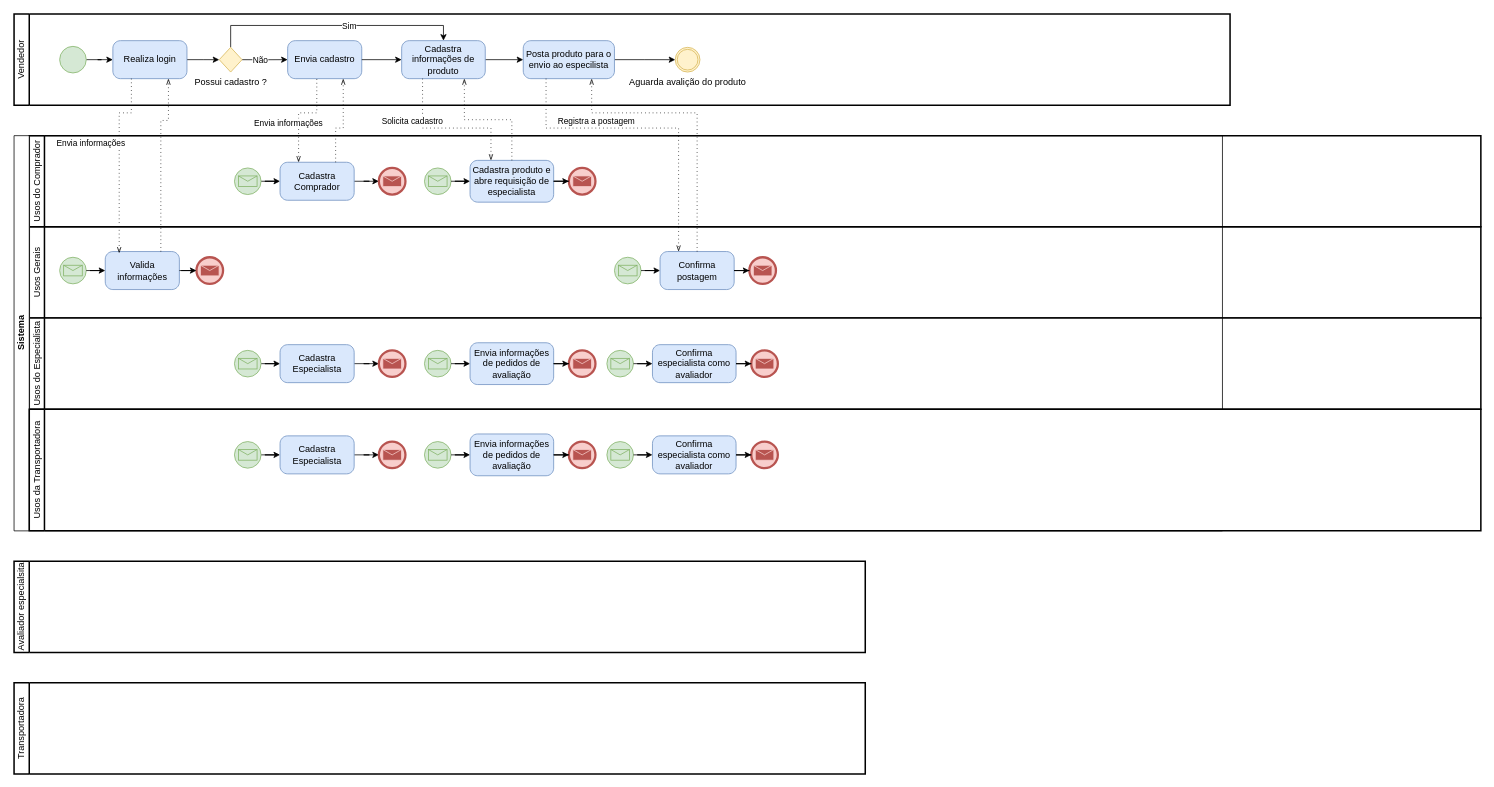
Above: page "Modelo To Be Processo Cadastro Produto" (3 of 3) of DPN/ModelagemProcessoNegocio.drawio in luca-moraes/projetoCorintoModelagem (draw.io), before the change. Source tidied: cells renumbered, new cells numbered last; positions are measured from the earlier drawing's top-left corner, leaving out a move shared by most shapes. Both pictures are drawn from the tidied source at 76%, with x=0, y=0 at pixel (14, 14).
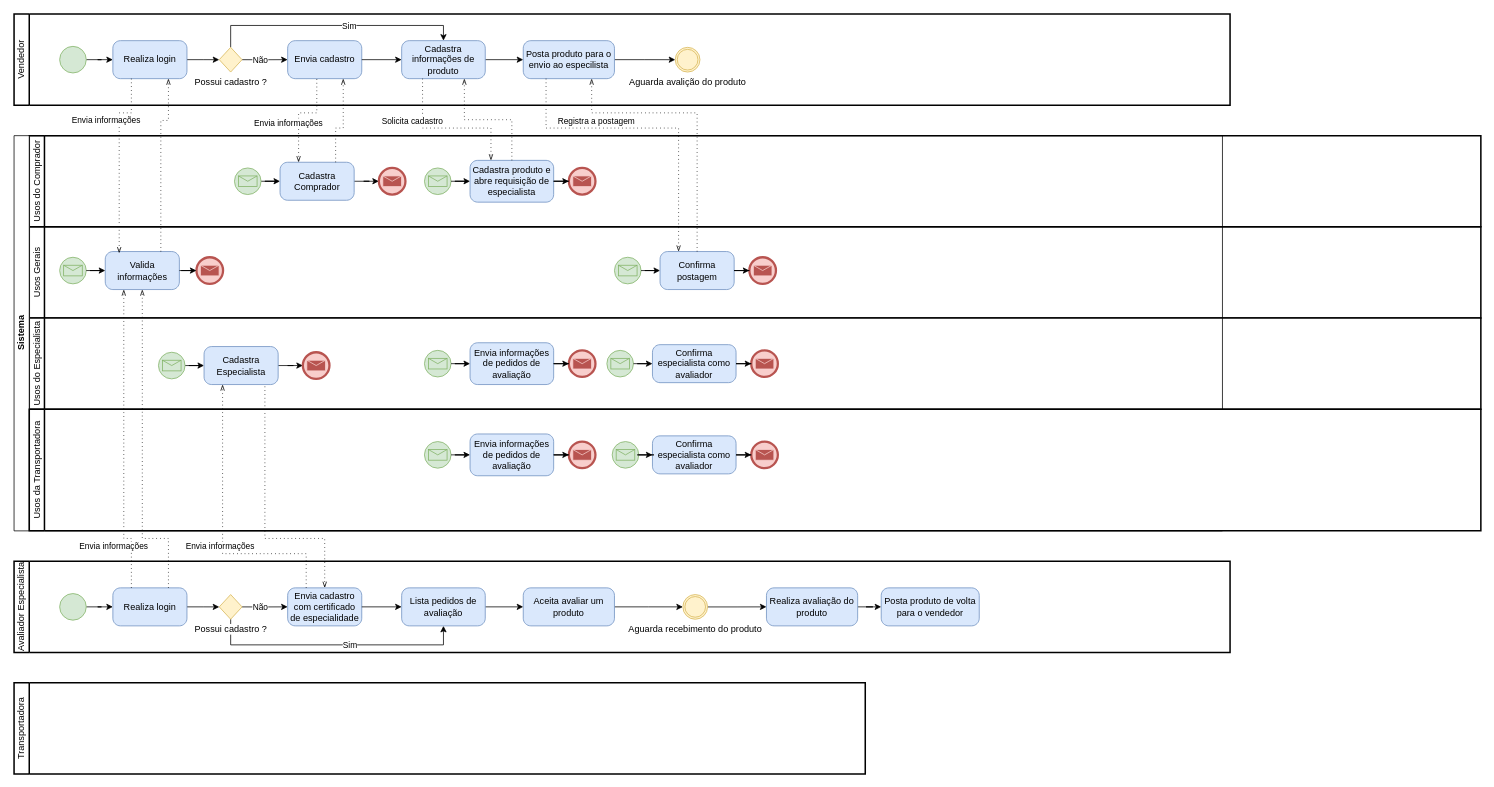
The same diagram, later.

The change refers to these unchanged cells:
```xml
<mxCell id="3" value="Valida informações" style="points=[[0.25,0,0],[0.5,0,0],[0.75,0,0],[1,0.25,0],[1,0.5,0],[1,0.75,0],[0.75,1,0],[0.5,1,0],[0.25,1,0],[0,0.75,0],[0,0.5,0],[0,0.25,0]];shape=mxgraph.bpmn.task;whiteSpace=wrap;rectStyle=rounded;size=10;html=1;taskMarker=abstract;fillColor=#dae8fc;strokeColor=#6c8ebf;" parent="2" vertex="1">
  <mxGeometry x="100" y="32.5" width="97.5" height="50" as="geometry" />
</mxCell>
<mxCell id="24" value="Usos do Especialista" style="swimlane;html=1;startSize=20;fontStyle=0;horizontal=0;swimlaneLine=1;swimlaneFillColor=#ffffff;strokeWidth=2;whiteSpace=wrap;" parent="1" vertex="1">
  <mxGeometry x="20" y="400" width="1910" height="120" as="geometry" />
</mxCell>
<mxCell id="61" style="edgeStyle=elbowEdgeStyle;fontSize=12;html=1;endFill=0;startFill=0;endSize=6;startSize=6;dashed=1;dashPattern=1 4;endArrow=openThin;startArrow=none;rounded=0;exitX=0.25;exitY=1;exitDx=0;exitDy=0;exitPerimeter=0;entryX=0.188;entryY=0.043;entryDx=0;entryDy=0;entryPerimeter=0;elbow=vertical;" parent="1" edge="1" source="48" target="3">
  <mxGeometry relative="1" as="geometry">
    <Array as="points">
      <mxPoint x="210" y="130" />
    </Array>
  </mxGeometry>
</mxCell>
<mxCell id="78" value="Usos da Transportadora" style="swimlane;html=1;startSize=20;fontStyle=0;horizontal=0;swimlaneLine=1;swimlaneFillColor=#ffffff;strokeWidth=2;whiteSpace=wrap;" parent="1" vertex="1">
  <mxGeometry x="20" y="520" width="1910" height="160" as="geometry" />
</mxCell>
```

What changed in the source:
```diff
@@
     <mxCell id="26" style="points=[[0.145,0.145,0],[0.5,0,0],[0.855,0.145,0],[1,0.5,0],[0.855,0.855,0],[0.5,1,0],[0.145,0.855,0],[0,0.5,0]];shape=mxgraph.bpmn.event;html=1;verticalLabelPosition=bottom;labelBackgroundColor=#ffffff;verticalAlign=top;align=center;perimeter=ellipsePerimeter;outlineConnect=0;outline=standard;symbol=message;fillColor=#d5e8d4;strokeColor=#82b366;" parent="24" vertex="1">
-      <mxGeometry x="270" y="42.5" width="35" height="35" as="geometry" />
+      <mxGeometry x="170" y="45" width="35" height="35" as="geometry" />
     </mxCell>
@@
     <mxCell id="28" value="Cadastra Especialista" style="points=[[0.25,0,0],[0.5,0,0],[0.75,0,0],[1,0.25,0],[1,0.5,0],[1,0.75,0],[0.75,1,0],[0.5,1,0],[0.25,1,0],[0,0.75,0],[0,0.5,0],[0,0.25,0]];shape=mxgraph.bpmn.task;whiteSpace=wrap;rectStyle=rounded;size=10;html=1;taskMarker=abstract;fillColor=#dae8fc;strokeColor=#6c8ebf;" parent="24" vertex="1">
-      <mxGeometry x="330" y="35" width="97.5" height="50" as="geometry" />
+      <mxGeometry x="230" y="37.5" width="97.5" height="50" as="geometry" />
     </mxCell>
     <mxCell id="29" style="points=[[0.145,0.145,0],[0.5,0,0],[0.855,0.145,0],[1,0.5,0],[0.855,0.855,0],[0.5,1,0],[0.145,0.855,0],[0,0.5,0]];shape=mxgraph.bpmn.event;html=1;verticalLabelPosition=bottom;labelBackgroundColor=#ffffff;verticalAlign=top;align=center;perimeter=ellipsePerimeter;outlineConnect=0;outline=end;symbol=message;fillColor=#f8cecc;strokeColor=#b85450;" parent="24" vertex="1">
-      <mxGeometry x="460" y="42.5" width="35" height="35" as="geometry" />
+      <mxGeometry x="360" y="45" width="35" height="35" as="geometry" />
     </mxCell>
@@
     <mxCell id="62" value="Envia informações" style="edgeLabel;html=1;align=center;verticalAlign=middle;" parent="61" vertex="1">
       <mxGeometry x="-0.3" relative="1" as="geometry">
-        <mxPoint x="-38" y="15" as="offset" />
+        <mxPoint x="-18" y="-15" as="offset" />
       </mxGeometry>
     </mxCell>
@@
-    <mxCell id="73" value="Avaliador especialsita" style="swimlane;html=1;startSize=20;fontStyle=0;horizontal=0;swimlaneLine=1;swimlaneFillColor=#ffffff;strokeWidth=2;whiteSpace=wrap;" parent="1" vertex="1">
-      <mxGeometry y="720" width="1120" height="120" as="geometry" />
-    </mxCell>
-    <mxCell id="74" style="edgeStyle=orthogonalEdgeStyle;rounded=0;orthogonalLoop=1;jettySize=auto;html=1;" parent="73" edge="1">
-      <mxGeometry relative="1" as="geometry">
-        <mxPoint x="680" y="65" as="sourcePoint" />
-      </mxGeometry>
-    </mxCell>
-    <mxCell id="75" style="edgeStyle=orthogonalEdgeStyle;rounded=0;orthogonalLoop=1;jettySize=auto;html=1;entryX=0;entryY=0.5;entryDx=0;entryDy=0;entryPerimeter=0;" parent="73" edge="1">
-      <mxGeometry relative="1" as="geometry">
-        <mxPoint x="340" y="65" as="sourcePoint" />
-      </mxGeometry>
-    </mxCell>
-    <mxCell id="76" style="edgeStyle=orthogonalEdgeStyle;rounded=0;orthogonalLoop=1;jettySize=auto;html=1;entryX=0;entryY=0.5;entryDx=0;entryDy=0;entryPerimeter=0;" parent="73" edge="1">
-      <mxGeometry relative="1" as="geometry">
-        <mxPoint x="510" y="65" as="sourcePoint" />
-      </mxGeometry>
-    </mxCell>
@@
-    <mxCell id="79" style="edgeStyle=orthogonalEdgeStyle;rounded=0;jettySize=auto;html=1;entryX=0;entryY=0.5;entryDx=0;entryDy=0;entryPerimeter=0;" parent="78" edge="1" source="80" target="82">
-      <mxGeometry relative="1" as="geometry" />
-    </mxCell>
-    <mxCell id="80" style="points=[[0.145,0.145,0],[0.5,0,0],[0.855,0.145,0],[1,0.5,0],[0.855,0.855,0],[0.5,1,0],[0.145,0.855,0],[0,0.5,0]];shape=mxgraph.bpmn.event;html=1;verticalLabelPosition=bottom;labelBackgroundColor=#ffffff;verticalAlign=top;align=center;perimeter=ellipsePerimeter;outlineConnect=0;outline=standard;symbol=message;fillColor=#d5e8d4;strokeColor=#82b366;" parent="78" vertex="1">
-      <mxGeometry x="270" y="42.5" width="35" height="35" as="geometry" />
-    </mxCell>
-    <mxCell id="81" style="edgeStyle=orthogonalEdgeStyle;rounded=0;jettySize=auto;html=1;" parent="78" edge="1" source="82" target="83">
-      <mxGeometry relative="1" as="geometry" />
-    </mxCell>
-    <mxCell id="82" value="Cadastra Especialista" style="points=[[0.25,0,0],[0.5,0,0],[0.75,0,0],[1,0.25,0],[1,0.5,0],[1,0.75,0],[0.75,1,0],[0.5,1,0],[0.25,1,0],[0,0.75,0],[0,0.5,0],[0,0.25,0]];shape=mxgraph.bpmn.task;whiteSpace=wrap;rectStyle=rounded;size=10;html=1;taskMarker=abstract;fillColor=#dae8fc;strokeColor=#6c8ebf;" parent="78" vertex="1">
-      <mxGeometry x="330" y="35" width="97.5" height="50" as="geometry" />
-    </mxCell>
-    <mxCell id="83" style="points=[[0.145,0.145,0],[0.5,0,0],[0.855,0.145,0],[1,0.5,0],[0.855,0.855,0],[0.5,1,0],[0.145,0.855,0],[0,0.5,0]];shape=mxgraph.bpmn.event;html=1;verticalLabelPosition=bottom;labelBackgroundColor=#ffffff;verticalAlign=top;align=center;perimeter=ellipsePerimeter;outlineConnect=0;outline=end;symbol=message;fillColor=#f8cecc;strokeColor=#b85450;" parent="78" vertex="1">
-      <mxGeometry x="460" y="42.5" width="35" height="35" as="geometry" />
-    </mxCell>
@@
     <mxCell id="89" style="points=[[0.145,0.145,0],[0.5,0,0],[0.855,0.145,0],[1,0.5,0],[0.855,0.855,0],[0.5,1,0],[0.145,0.855,0],[0,0.5,0]];shape=mxgraph.bpmn.event;html=1;verticalLabelPosition=bottom;labelBackgroundColor=#ffffff;verticalAlign=top;align=center;perimeter=ellipsePerimeter;outlineConnect=0;outline=standard;symbol=message;fillColor=#d5e8d4;strokeColor=#82b366;" parent="78" vertex="1">
-      <mxGeometry x="760" y="42.5" width="35" height="35" as="geometry" />
+      <mxGeometry x="767" y="42.5" width="35" height="35" as="geometry" />
     </mxCell>
@@
+    <mxCell id="94" value="Avaliador Especialista" style="swimlane;html=1;startSize=20;fontStyle=0;horizontal=0;swimlaneLine=1;swimlaneFillColor=#ffffff;strokeWidth=2;whiteSpace=wrap;" parent="1" vertex="1">
+      <mxGeometry y="720" width="1600" height="120" as="geometry" />
+    </mxCell>
+    <mxCell id="95" style="edgeStyle=orthogonalEdgeStyle;rounded=0;jettySize=auto;html=1;entryX=0;entryY=0.5;entryDx=0;entryDy=0;entryPerimeter=0;" parent="94" edge="1" source="96" target="98">
+      <mxGeometry relative="1" as="geometry" />
+    </mxCell>
+    <mxCell id="96" style="points=[[0.145,0.145,0],[0.5,0,0],[0.855,0.145,0],[1,0.5,0],[0.855,0.855,0],[0.5,1,0],[0.145,0.855,0],[0,0.5,0]];shape=mxgraph.bpmn.event;html=1;verticalLabelPosition=bottom;labelBackgroundColor=#ffffff;verticalAlign=top;align=center;perimeter=ellipsePerimeter;outlineConnect=0;outline=standard;symbol=general;fillColor=#d5e8d4;strokeColor=#82b366;" parent="94" vertex="1">
+      <mxGeometry x="60" y="42.5" width="35" height="35" as="geometry" />
+    </mxCell>
+    <mxCell id="97" style="edgeStyle=orthogonalEdgeStyle;rounded=0;jettySize=auto;html=1;entryX=0;entryY=0.5;entryDx=0;entryDy=0;entryPerimeter=0;" parent="94" edge="1" source="98" target="103">
+      <mxGeometry relative="1" as="geometry" />
+    </mxCell>
+    <mxCell id="98" value="Realiza login" style="points=[[0.25,0,0],[0.5,0,0],[0.75,0,0],[1,0.25,0],[1,0.5,0],[1,0.75,0],[0.75,1,0],[0.5,1,0],[0.25,1,0],[0,0.75,0],[0,0.5,0],[0,0.25,0]];shape=mxgraph.bpmn.task;whiteSpace=wrap;rectStyle=rounded;size=10;html=1;taskMarker=abstract;fillColor=#dae8fc;strokeColor=#6c8ebf;" parent="94" vertex="1">
+      <mxGeometry x="130" y="35" width="97.5" height="50" as="geometry" />
+    </mxCell>
+    <mxCell id="99" style="edgeStyle=orthogonalEdgeStyle;rounded=0;jettySize=auto;html=1;exitX=1;exitY=0.5;exitDx=0;exitDy=0;exitPerimeter=0;entryX=0;entryY=0.5;entryDx=0;entryDy=0;entryPerimeter=0;" parent="94" edge="1" source="103" target="104">
+      <mxGeometry relative="1" as="geometry" />
+    </mxCell>
+    <mxCell id="100" value="Não" style="edgeLabel;html=1;align=center;verticalAlign=middle;" parent="99" vertex="1">
+      <mxGeometry x="0.17" y="2" relative="1" as="geometry">
+        <mxPoint x="-11" y="2" as="offset" />
+      </mxGeometry>
+    </mxCell>
+    <mxCell id="101" style="edgeStyle=orthogonalEdgeStyle;rounded=0;jettySize=auto;html=1;entryX=0.5;entryY=1;entryDx=0;entryDy=0;entryPerimeter=0;" parent="94" edge="1" source="103" target="106">
+      <mxGeometry relative="1" as="geometry">
+        <Array as="points">
+          <mxPoint x="285" y="110" />
+          <mxPoint x="565" y="110" />
+        </Array>
+      </mxGeometry>
+    </mxCell>
+    <mxCell id="102" value="Sim" style="edgeLabel;html=1;align=center;verticalAlign=middle;" parent="101" vertex="1">
+      <mxGeometry x="0.12" relative="1" as="geometry" />
+    </mxCell>
+    <mxCell id="103" value="Possui cadastro ?" style="points=[[0.25,0.25,0],[0.5,0,0],[0.75,0.25,0],[1,0.5,0],[0.75,0.75,0],[0.5,1,0],[0.25,0.75,0],[0,0.5,0]];shape=mxgraph.bpmn.gateway2;html=1;verticalLabelPosition=bottom;labelBackgroundColor=#ffffff;verticalAlign=top;align=center;perimeter=rhombusPerimeter;outlineConnect=0;outline=none;symbol=none;fillColor=#fff2cc;strokeColor=#d6b656;" parent="94" vertex="1">
+      <mxGeometry x="270" y="43.8" width="30" height="32.5" as="geometry" />
+    </mxCell>
+    <mxCell id="104" value="Envia cadastro com certificado de especialidade" style="points=[[0.25,0,0],[0.5,0,0],[0.75,0,0],[1,0.25,0],[1,0.5,0],[1,0.75,0],[0.75,1,0],[0.5,1,0],[0.25,1,0],[0,0.75,0],[0,0.5,0],[0,0.25,0]];shape=mxgraph.bpmn.task;whiteSpace=wrap;rectStyle=rounded;size=10;html=1;taskMarker=abstract;fillColor=#dae8fc;strokeColor=#6c8ebf;" parent="94" vertex="1">
+      <mxGeometry x="360" y="35" width="97.5" height="50" as="geometry" />
+    </mxCell>
+    <mxCell id="105" style="edgeStyle=orthogonalEdgeStyle;rounded=0;jettySize=auto;html=1;" parent="94" edge="1" source="106" target="109">
+      <mxGeometry relative="1" as="geometry" />
+    </mxCell>
+    <mxCell id="106" value="Lista pedidos de avaliação" style="points=[[0.25,0,0],[0.5,0,0],[0.75,0,0],[1,0.25,0],[1,0.5,0],[1,0.75,0],[0.75,1,0],[0.5,1,0],[0.25,1,0],[0,0.75,0],[0,0.5,0],[0,0.25,0]];shape=mxgraph.bpmn.task;whiteSpace=wrap;rectStyle=rounded;size=10;html=1;taskMarker=abstract;fillColor=#dae8fc;strokeColor=#6c8ebf;" parent="94" vertex="1">
+      <mxGeometry x="510" y="35" width="110" height="50" as="geometry" />
+    </mxCell>
+    <mxCell id="107" style="edgeStyle=orthogonalEdgeStyle;rounded=0;jettySize=auto;html=1;" parent="94" edge="1" source="104" target="106">
+      <mxGeometry relative="1" as="geometry" />
+    </mxCell>
+    <mxCell id="108" style="edgeStyle=orthogonalEdgeStyle;rounded=0;jettySize=auto;html=1;entryX=0;entryY=0.5;entryDx=0;entryDy=0;entryPerimeter=0;" parent="94" edge="1" source="109" target="111">
+      <mxGeometry relative="1" as="geometry" />
+    </mxCell>
+    <mxCell id="109" value="Aceita avaliar um produto" style="points=[[0.25,0,0],[0.5,0,0],[0.75,0,0],[1,0.25,0],[1,0.5,0],[1,0.75,0],[0.75,1,0],[0.5,1,0],[0.25,1,0],[0,0.75,0],[0,0.5,0],[0,0.25,0]];shape=mxgraph.bpmn.task;whiteSpace=wrap;rectStyle=rounded;size=10;html=1;taskMarker=abstract;fillColor=#dae8fc;strokeColor=#6c8ebf;" parent="94" vertex="1">
+      <mxGeometry x="670" y="35" width="120" height="50" as="geometry" />
+    </mxCell>
+    <mxCell id="110" style="edgeStyle=orthogonalEdgeStyle;rounded=0;jettySize=auto;html=1;entryX=0;entryY=0.5;entryDx=0;entryDy=0;entryPerimeter=0;" parent="94" edge="1" source="111" target="113">
+      <mxGeometry relative="1" as="geometry" />
+    </mxCell>
+    <mxCell id="111" value="Aguarda recebimento do produto" style="points=[[0.145,0.145,0],[0.5,0,0],[0.855,0.145,0],[1,0.5,0],[0.855,0.855,0],[0.5,1,0],[0.145,0.855,0],[0,0.5,0]];shape=mxgraph.bpmn.event;html=1;verticalLabelPosition=bottom;labelBackgroundColor=#ffffff;verticalAlign=top;align=center;perimeter=ellipsePerimeter;outlineConnect=0;outline=throwing;symbol=general;fillColor=#fff2cc;strokeColor=#d6b656;" parent="94" vertex="1">
+      <mxGeometry x="880" y="43.8" width="32.5" height="32.5" as="geometry" />
+    </mxCell>
+    <mxCell id="112" style="edgeStyle=orthogonalEdgeStyle;rounded=0;jettySize=auto;html=1;entryX=0;entryY=0.5;entryDx=0;entryDy=0;entryPerimeter=0;" parent="94" edge="1" source="113" target="114">
+      <mxGeometry relative="1" as="geometry" />
+    </mxCell>
+    <mxCell id="113" value="Realiza avaliação do produto" style="points=[[0.25,0,0],[0.5,0,0],[0.75,0,0],[1,0.25,0],[1,0.5,0],[1,0.75,0],[0.75,1,0],[0.5,1,0],[0.25,1,0],[0,0.75,0],[0,0.5,0],[0,0.25,0]];shape=mxgraph.bpmn.task;whiteSpace=wrap;rectStyle=rounded;size=10;html=1;taskMarker=abstract;fillColor=#dae8fc;strokeColor=#6c8ebf;" parent="94" vertex="1">
+      <mxGeometry x="990" y="35" width="120" height="50" as="geometry" />
+    </mxCell>
+    <mxCell id="114" value="Posta produto de volta para o vendedor" style="points=[[0.25,0,0],[0.5,0,0],[0.75,0,0],[1,0.25,0],[1,0.5,0],[1,0.75,0],[0.75,1,0],[0.5,1,0],[0.25,1,0],[0,0.75,0],[0,0.5,0],[0,0.25,0]];shape=mxgraph.bpmn.task;whiteSpace=wrap;rectStyle=rounded;size=10;html=1;taskMarker=abstract;fillColor=#dae8fc;strokeColor=#6c8ebf;" parent="94" vertex="1">
+      <mxGeometry x="1141" y="35" width="129" height="50" as="geometry" />
+    </mxCell>
+    <mxCell id="115" style="edgeStyle=elbowEdgeStyle;fontSize=12;html=1;endFill=0;startFill=0;endSize=6;startSize=6;dashed=1;dashPattern=1 4;endArrow=openThin;startArrow=none;rounded=0;exitX=0.25;exitY=0;exitDx=0;exitDy=0;exitPerimeter=0;entryX=0.25;entryY=1;entryDx=0;entryDy=0;entryPerimeter=0;elbow=vertical;" parent="1" edge="1" source="98" target="3">
+      <mxGeometry relative="1" as="geometry">
+        <Array as="points">
+          <mxPoint x="154" y="690" />
+        </Array>
+      </mxGeometry>
+    </mxCell>
+    <mxCell id="116" value="Envia informações" style="edgeLabel;html=1;align=center;verticalAlign=middle;" parent="115" vertex="1">
+      <mxGeometry x="-0.3" relative="1" as="geometry">
+        <mxPoint x="-14" y="76" as="offset" />
+      </mxGeometry>
+    </mxCell>
+    <mxCell id="117" style="edgeStyle=elbowEdgeStyle;fontSize=12;html=1;endFill=0;startFill=0;endSize=6;startSize=6;dashed=1;dashPattern=1 4;endArrow=openThin;startArrow=none;rounded=0;entryX=0.5;entryY=1;entryDx=0;entryDy=0;entryPerimeter=0;exitX=0.75;exitY=0;exitDx=0;exitDy=0;exitPerimeter=0;elbow=vertical;" parent="1" edge="1" source="98" target="3">
+      <mxGeometry relative="1" as="geometry">
+        <Array as="points">
+          <mxPoint x="203" y="690" />
+        </Array>
+      </mxGeometry>
+    </mxCell>
+    <mxCell id="118" style="edgeStyle=elbowEdgeStyle;fontSize=12;html=1;endFill=0;startFill=0;endSize=6;startSize=6;dashed=1;dashPattern=1 4;endArrow=openThin;startArrow=none;rounded=0;entryX=0.25;entryY=1;entryDx=0;entryDy=0;entryPerimeter=0;exitX=0.25;exitY=0;exitDx=0;exitDy=0;exitPerimeter=0;elbow=vertical;" parent="1" edge="1" source="104" target="28">
+      <mxGeometry relative="1" as="geometry">
+        <Array as="points">
+          <mxPoint x="330" y="710" />
+        </Array>
+      </mxGeometry>
+    </mxCell>
+    <mxCell id="119" style="edgeStyle=elbowEdgeStyle;fontSize=12;html=1;endFill=0;startFill=0;endSize=6;startSize=6;dashed=1;dashPattern=1 4;endArrow=openThin;startArrow=none;rounded=0;entryX=0.5;entryY=0;entryDx=0;entryDy=0;entryPerimeter=0;exitX=0.821;exitY=1.05;exitDx=0;exitDy=0;exitPerimeter=0;elbow=vertical;" parent="1" edge="1" source="28" target="104">
+      <mxGeometry relative="1" as="geometry">
+        <Array as="points">
+          <mxPoint x="380" y="690" />
+        </Array>
+      </mxGeometry>
+    </mxCell>
+    <mxCell id="120" value="Envia informações" style="edgeLabel;html=1;align=center;verticalAlign=middle;" parent="1" vertex="1">
+      <mxGeometry x="270" y="700" as="geometry" />
+    </mxCell>
```
